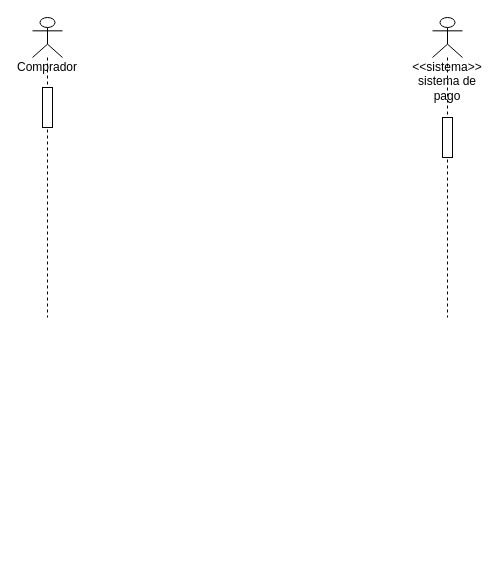
Above: lab5_2.drawio in AyobAsroutVargas/lab1 (draw.io), before the change. Source tidied: cells renumbered, new cells numbered last; positions are measured from the earlier drawing's top-left corner, leaving out a move shared by most shapes. Both pictures are drawn from the tidied source at 100%, with x=0, y=0 at pixel (32, 17).
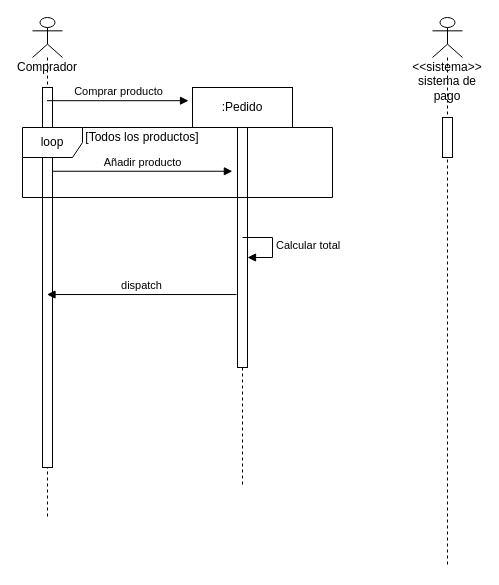
After the change.

What changed in the source:
```diff
@@
 <mxGraphModel background="#ffffff">
   <root>
     <mxCell id="0" />
     <mxCell id="1" parent="0" />
     <mxCell id="2" value="Comprador" style="shape=umlLifeline;participant=umlActor;perimeter=lifelinePerimeter;whiteSpace=wrap;html=1;verticalAlign=top;spacingTop=36;outlineConnect=0;" parent="1" vertex="1">
-      <mxGeometry width="30" height="300" as="geometry" />
+      <mxGeometry width="30" height="500" as="geometry" />
     </mxCell>
     <mxCell id="3" style="html=1;perimeter=orthogonalPerimeter;" parent="2" vertex="1">
-      <mxGeometry x="10" y="70" width="10" height="40" as="geometry" />
+      <mxGeometry x="10" y="70" width="10" height="380" as="geometry" />
     </mxCell>
     <mxCell id="4" value="&amp;lt;&amp;lt;sistema&amp;gt;&amp;gt;&lt;br&gt;sistema de pago" style="shape=umlLifeline;participant=umlActor;perimeter=lifelinePerimeter;whiteSpace=wrap;html=1;verticalAlign=top;spacingTop=36;" parent="1" vertex="1">
-      <mxGeometry x="400" width="30" height="300" as="geometry" />
+      <mxGeometry x="400" width="30" height="550" as="geometry" />
     </mxCell>
     <mxCell id="5" style="html=1;perimeter=orthogonalPerimeter;" parent="4" vertex="1">
       <mxGeometry x="10" y="100" width="10" height="40" as="geometry" />
     </mxCell>
+    <mxCell id="6" value="Comprar producto" style="html=1;verticalAlign=bottom;endArrow=block;entryX=-0.04;entryY=0.033;entryDx=0;entryDy=0;entryPerimeter=0;" parent="1" edge="1" source="2" target="7">
+      <mxGeometry relative="1" as="geometry" />
+    </mxCell>
+    <mxCell id="7" value=":Pedido" style="shape=umlLifeline;perimeter=lifelinePerimeter;whiteSpace=wrap;html=1;outlineConnect=0;" parent="1" vertex="1">
+      <mxGeometry x="160" y="70" width="100" height="400" as="geometry" />
+    </mxCell>
+    <mxCell id="8" style="html=1;points=[];perimeter=orthogonalPerimeter;" parent="7" vertex="1">
+      <mxGeometry x="45" y="40" width="10" height="240" as="geometry" />
+    </mxCell>
+    <mxCell id="9" value="Calcular total" style="edgeStyle=orthogonalEdgeStyle;html=1;align=left;spacingLeft=2;endArrow=block;rounded=0;entryX=1;entryY=0;" parent="7" edge="1">
+      <mxGeometry relative="1" as="geometry">
+        <mxPoint x="50" y="150" as="sourcePoint" />
+        <mxPoint x="55" y="170" as="targetPoint" />
+        <Array as="points">
+          <mxPoint x="80" y="150" />
+        </Array>
+      </mxGeometry>
+    </mxCell>
+    <mxCell id="10" value="loop" style="shape=umlFrame;whiteSpace=wrap;html=1;" parent="1" vertex="1">
+      <mxGeometry x="-10" y="110" width="310" height="70" as="geometry" />
+    </mxCell>
+    <mxCell id="11" value="[Todos los productos]" style="text;html=1;strokeColor=none;fillColor=none;align=center;verticalAlign=middle;whiteSpace=wrap;rounded=0;" parent="1" vertex="1">
+      <mxGeometry x="50" y="110" width="120" height="20" as="geometry" />
+    </mxCell>
+    <mxCell id="12" value="Añadir producto" style="html=1;verticalAlign=bottom;endArrow=block;exitX=0.097;exitY=0.625;exitDx=0;exitDy=0;exitPerimeter=0;entryX=0.677;entryY=0.625;entryDx=0;entryDy=0;entryPerimeter=0;" parent="1" edge="1" source="10" target="10">
+      <mxGeometry relative="1" as="geometry" />
+    </mxCell>
+    <mxCell id="13" value="dispatch" style="html=1;verticalAlign=bottom;endArrow=block;exitX=-0.1;exitY=0.696;exitDx=0;exitDy=0;exitPerimeter=0;" parent="1" edge="1" source="8" target="2">
+      <mxGeometry relative="1" as="geometry" />
+    </mxCell>
   </root>
 </mxGraphModel>
```
